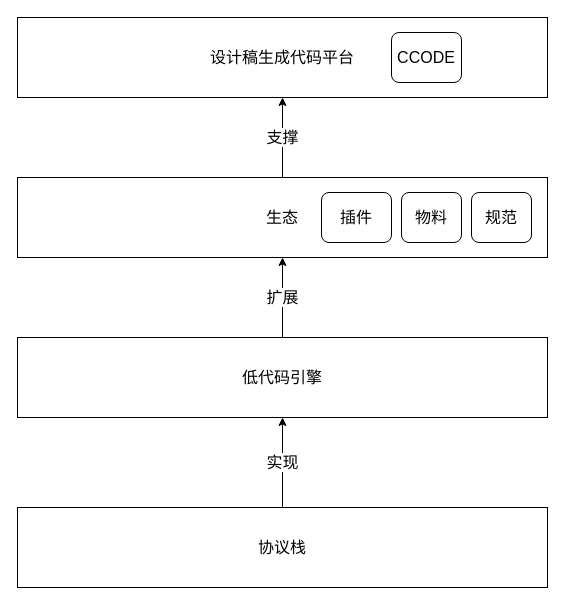
This is page "分层设计" (3 of 12) of lowCode/lc.drawio from zhuoooo/doodles, a draw.io file, before an edit. Source tidied: cells renumbered, new cells numbered last; positions are measured from the earlier drawing's top-left corner, leaving out a move shared by most shapes. Both pictures are drawn from the tidied source at 100%, with x=0, y=0 at pixel (17, 17).
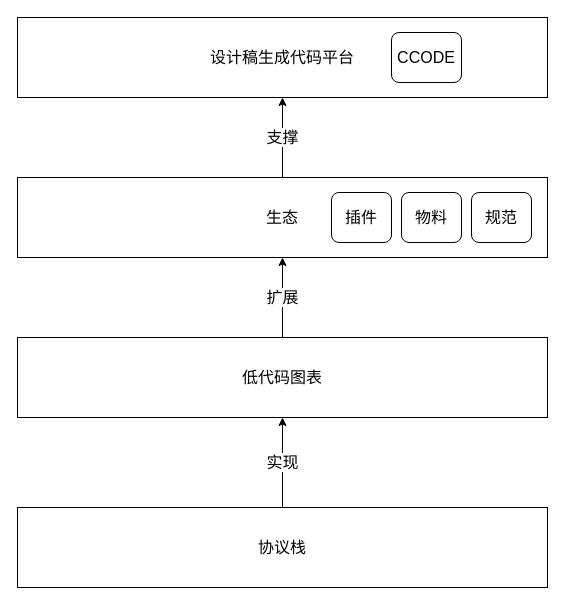
Above is the later version.

Diff of the diagram source:
```diff
@@
 <mxGraphModel>
   <root>
     <mxCell id="0" />
     <mxCell id="1" parent="0" />
     <mxCell id="2" value="设计稿生成代码平台" style="rounded=0;whiteSpace=wrap;html=1;strokeColor=default;fontFamily=PingFang;fontSize=16;" parent="1" vertex="1">
       <mxGeometry width="530" height="80" as="geometry" />
     </mxCell>
     <mxCell id="3" value="支撑" style="edgeStyle=orthogonalEdgeStyle;rounded=0;jettySize=auto;html=1;strokeColor=default;fontFamily=PingFang;fontSize=16;" parent="1" edge="1" source="4" target="2">
       <mxGeometry relative="1" as="geometry" />
     </mxCell>
     <mxCell id="4" value="生态" style="rounded=0;whiteSpace=wrap;html=1;strokeColor=default;fontFamily=PingFang;fontSize=16;" parent="1" vertex="1">
       <mxGeometry y="160" width="530" height="80" as="geometry" />
     </mxCell>
     <mxCell id="5" value="扩展" style="edgeStyle=orthogonalEdgeStyle;rounded=0;jettySize=auto;html=1;strokeColor=default;fontFamily=PingFang;fontSize=16;" parent="1" edge="1" source="6" target="4">
       <mxGeometry relative="1" as="geometry" />
     </mxCell>
-    <mxCell id="6" value="低代码引擎" style="rounded=0;whiteSpace=wrap;html=1;strokeColor=default;fontFamily=PingFang;fontSize=16;" parent="1" vertex="1">
+    <mxCell id="6" value="低代码图表" style="rounded=0;whiteSpace=wrap;html=1;strokeColor=default;fontFamily=PingFang;fontSize=16;" parent="1" vertex="1">
       <mxGeometry y="320" width="530" height="80" as="geometry" />
     </mxCell>
     <mxCell id="7" value="实现" style="edgeStyle=orthogonalEdgeStyle;rounded=0;jettySize=auto;html=1;strokeColor=default;fontFamily=PingFang;fontSize=16;" parent="1" edge="1" source="8" target="6">
       <mxGeometry relative="1" as="geometry" />
     </mxCell>
     <mxCell id="8" value="协议栈" style="rounded=0;whiteSpace=wrap;html=1;strokeColor=default;fontFamily=PingFang;fontSize=16;" parent="1" vertex="1">
       <mxGeometry y="490" width="530" height="80" as="geometry" />
     </mxCell>
     <mxCell id="9" value="插件" style="rounded=1;whiteSpace=wrap;html=1;strokeColor=default;fontFamily=PingFang;fontSize=16;" parent="1" vertex="1">
-      <mxGeometry x="304" y="175" width="70" height="50" as="geometry" />
+      <mxGeometry x="314" y="175" width="60" height="50" as="geometry" />
     </mxCell>
     <mxCell id="10" value="物料" style="rounded=1;whiteSpace=wrap;html=1;strokeColor=default;fontFamily=PingFang;fontSize=16;" parent="1" vertex="1">
       <mxGeometry x="384" y="175" width="60" height="50" as="geometry" />
     </mxCell>
     <mxCell id="11" value="规范" style="rounded=1;whiteSpace=wrap;html=1;strokeColor=default;fontFamily=PingFang;fontSize=16;" parent="1" vertex="1">
       <mxGeometry x="454" y="175" width="60" height="50" as="geometry" />
     </mxCell>
     <mxCell id="12" value="CCODE" style="rounded=1;whiteSpace=wrap;html=1;strokeColor=default;fontFamily=PingFang;fontSize=16;" parent="1" vertex="1">
       <mxGeometry x="374" y="15" width="70" height="50" as="geometry" />
     </mxCell>
   </root>
 </mxGraphModel>
```
